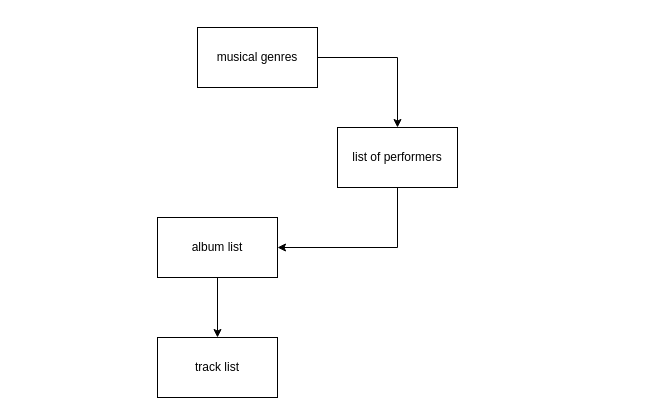
Before: Диаграмма без названия.drawio in iseleka/bd-1, a draw.io diagram. Source tidied: cells renumbered, new cells numbered last; positions are measured from the earlier drawing's top-left corner, leaving out a move shared by most shapes. Both pictures are drawn from the tidied source at 100%, with x=0, y=0 at pixel (157, 27).
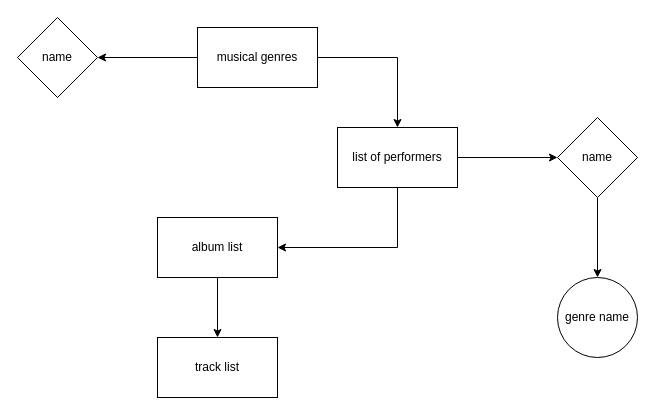
The same diagram, later.

Change to the diagram source:
```diff
@@
 <mxGraphModel>
   <root>
     <mxCell id="0" />
     <mxCell id="1" parent="0" />
+    <mxCell id="9" style="edgeStyle=orthogonalEdgeStyle;rounded=0;jettySize=auto;html=1;" parent="1" edge="1" source="2" target="11">
+      <mxGeometry relative="1" as="geometry" />
+    </mxCell>
     <mxCell id="2" value="musical genres" style="rounded=0;whiteSpace=wrap;html=1;" parent="1" vertex="1">
       <mxGeometry x="40" width="120" height="60" as="geometry" />
     </mxCell>
     <mxCell id="3" style="endArrow=classic;html=1;rounded=0;exitX=1;exitY=0.5;exitDx=0;exitDy=0;" parent="1" edge="1" source="2" target="4">
       <mxGeometry relative="1" as="geometry">
         <Array as="points">
           <mxPoint x="240" y="30" />
         </Array>
       </mxGeometry>
     </mxCell>
+    <mxCell id="10" style="edgeStyle=orthogonalEdgeStyle;rounded=0;jettySize=auto;html=1;" parent="1" edge="1" source="4" target="13">
+      <mxGeometry relative="1" as="geometry" />
+    </mxCell>
     <mxCell id="4" value="list of performers" style="rounded=0;whiteSpace=wrap;html=1;" parent="1" vertex="1">
       <mxGeometry x="180" y="100" width="120" height="60" as="geometry" />
     </mxCell>
     <mxCell id="5" style="endArrow=classic;html=1;rounded=0;exitX=0.5;exitY=1;exitDx=0;exitDy=0;" parent="1" edge="1" source="4" target="6">
       <mxGeometry relative="1" as="geometry">
         <Array as="points">
           <mxPoint x="240" y="220" />
         </Array>
       </mxGeometry>
     </mxCell>
     <mxCell id="6" value="album list" style="rounded=0;whiteSpace=wrap;html=1;" parent="1" vertex="1">
       <mxGeometry y="190" width="120" height="60" as="geometry" />
     </mxCell>
     <mxCell id="7" style="endArrow=classic;html=1;rounded=0;exitX=0.5;exitY=1;exitDx=0;exitDy=0;" parent="1" edge="1" source="6" target="8">
       <mxGeometry relative="1" as="geometry" />
     </mxCell>
     <mxCell id="8" value="track list" style="rounded=0;whiteSpace=wrap;html=1;" parent="1" vertex="1">
       <mxGeometry y="310" width="120" height="60" as="geometry" />
     </mxCell>
+    <mxCell id="11" value="name" style="rhombus;whiteSpace=wrap;html=1;rounded=0;" parent="1" vertex="1">
+      <mxGeometry x="-140" y="-10" width="80" height="80" as="geometry" />
+    </mxCell>
+    <mxCell id="12" style="edgeStyle=orthogonalEdgeStyle;rounded=0;jettySize=auto;html=1;" parent="1" edge="1" source="13" target="14">
+      <mxGeometry relative="1" as="geometry" />
+    </mxCell>
+    <mxCell id="13" value="name" style="rhombus;whiteSpace=wrap;html=1;rounded=0;" parent="1" vertex="1">
+      <mxGeometry x="400" y="90" width="80" height="80" as="geometry" />
+    </mxCell>
+    <mxCell id="14" value="genre name" style="ellipse;whiteSpace=wrap;html=1;rounded=0;" parent="1" vertex="1">
+      <mxGeometry x="400" y="250" width="80" height="80" as="geometry" />
+    </mxCell>
   </root>
 </mxGraphModel>
```
